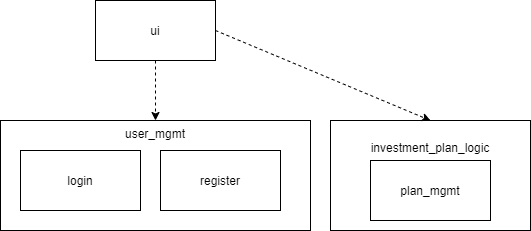
Before: dokumentaatio/kuvat/pakkausrakenne.png, a diagram exported from draw.io (MyVeli/ohjelmistotekniikka-harjoitustyo). Source tidied: cells renumbered, new cells last; positions are measured from the earlier drawing's top-left corner, leaving out a move shared by most shapes.
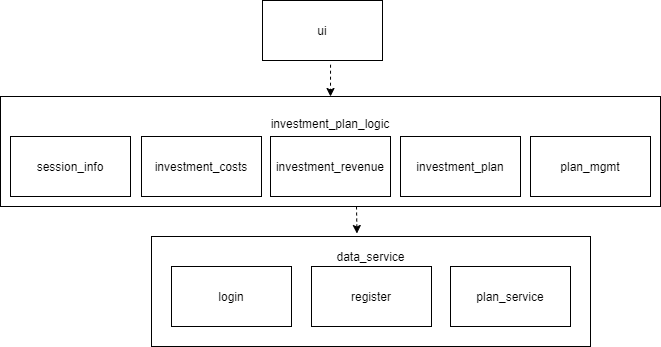
After the commit.

The edit, as a diff of the source:
```diff
@@ -3,28 +3,45 @@
     <mxCell id="0" />
     <mxCell id="1" parent="0" />
     <mxCell id="2" value="ui" style="rounded=0;whiteSpace=wrap;html=1;" parent="1" vertex="1">
-      <mxGeometry x="95" width="120" height="60" as="geometry" />
+      <mxGeometry x="262" y="24" width="120" height="60" as="geometry" />
     </mxCell>
-    <mxCell id="3" value="user_mgmt&lt;br&gt;&lt;br&gt;&lt;br&gt;&lt;br&gt;&lt;br&gt;&lt;br&gt;&lt;br&gt;" style="rounded=0;whiteSpace=wrap;html=1;" parent="1" vertex="1">
-      <mxGeometry y="120" width="310" height="110" as="geometry" />
+    <mxCell id="3" value="data_service&lt;br&gt;&lt;br&gt;&lt;br&gt;&lt;br&gt;&lt;br&gt;&lt;br&gt;" style="rounded=0;whiteSpace=wrap;html=1;" parent="1" vertex="1">
+      <mxGeometry x="151" y="260" width="439" height="110" as="geometry" />
     </mxCell>
     <mxCell id="4" value="login" style="rounded=0;whiteSpace=wrap;html=1;" parent="1" vertex="1">
-      <mxGeometry x="20" y="150" width="120" height="60" as="geometry" />
+      <mxGeometry x="171" y="290" width="120" height="60" as="geometry" />
     </mxCell>
     <mxCell id="5" value="register" style="rounded=0;whiteSpace=wrap;html=1;" parent="1" vertex="1">
-      <mxGeometry x="160" y="150" width="120" height="60" as="geometry" />
+      <mxGeometry x="311" y="290" width="120" height="60" as="geometry" />
     </mxCell>
-    <mxCell id="6" style="endArrow=classic;html=1;exitX=0.5;exitY=1;exitDx=0;exitDy=0;dashed=1;" parent="1" edge="1" source="2" target="3">
-      <mxGeometry relative="1" as="geometry" />
-    </mxCell>
     <mxCell id="7" value="investment_plan_logic&lt;br&gt;&lt;br&gt;&lt;br&gt;&lt;br&gt;&lt;br&gt;" style="rounded=0;whiteSpace=wrap;html=1;" parent="1" vertex="1">
-      <mxGeometry x="330" y="120" width="200" height="110" as="geometry" />
+      <mxGeometry y="120" width="660" height="110" as="geometry" />
     </mxCell>
-    <mxCell id="8" value="plan_mgmt" style="rounded=0;whiteSpace=wrap;html=1;" parent="1" vertex="1">
-      <mxGeometry x="370" y="160" width="120" height="60" as="geometry" />
+    <mxCell id="8" value="session_info" style="rounded=0;whiteSpace=wrap;html=1;" parent="1" vertex="1">
+      <mxGeometry x="10" y="160" width="120" height="60" as="geometry" />
     </mxCell>
-    <mxCell id="9" style="endArrow=classic;html=1;exitX=1;exitY=0.5;exitDx=0;exitDy=0;dashed=1;entryX=0.5;entryY=0;entryDx=0;entryDy=0;" parent="1" edge="1" source="2" target="7">
+    <mxCell id="9" style="endArrow=classic;html=1;exitX=0.567;exitY=1.07;exitDx=0;exitDy=0;dashed=1;entryX=0.5;entryY=0;entryDx=0;entryDy=0;exitPerimeter=0;" parent="1" edge="1" source="2" target="7">
       <mxGeometry relative="1" as="geometry" />
     </mxCell>
+    <mxCell id="10" value="plan_service" style="rounded=0;whiteSpace=wrap;html=1;" parent="1" vertex="1">
+      <mxGeometry x="450" y="290" width="120" height="60" as="geometry" />
+    </mxCell>
+    <mxCell id="11" value="investment_costs" style="rounded=0;whiteSpace=wrap;html=1;" parent="1" vertex="1">
+      <mxGeometry x="141" y="160" width="120" height="60" as="geometry" />
+    </mxCell>
+    <mxCell id="12" value="investment_revenue" style="rounded=0;whiteSpace=wrap;html=1;" parent="1" vertex="1">
+      <mxGeometry x="270" y="160" width="120" height="60" as="geometry" />
+    </mxCell>
+    <mxCell id="13" value="investment_plan" style="rounded=0;whiteSpace=wrap;html=1;" parent="1" vertex="1">
+      <mxGeometry x="400" y="160" width="120" height="60" as="geometry" />
+    </mxCell>
+    <mxCell id="14" style="endArrow=classic;html=1;dashed=1;entryX=0.468;entryY=-0.027;entryDx=0;entryDy=0;entryPerimeter=0;" parent="1" edge="1" target="3">
+      <mxGeometry relative="1" as="geometry">
+        <mxPoint x="356" y="230" as="sourcePoint" />
+      </mxGeometry>
+    </mxCell>
+    <mxCell id="15" value="plan_mgmt" style="rounded=0;whiteSpace=wrap;html=1;" parent="1" vertex="1">
+      <mxGeometry x="530" y="160" width="120" height="60" as="geometry" />
+    </mxCell>
   </root>
 </mxGraphModel>
```
